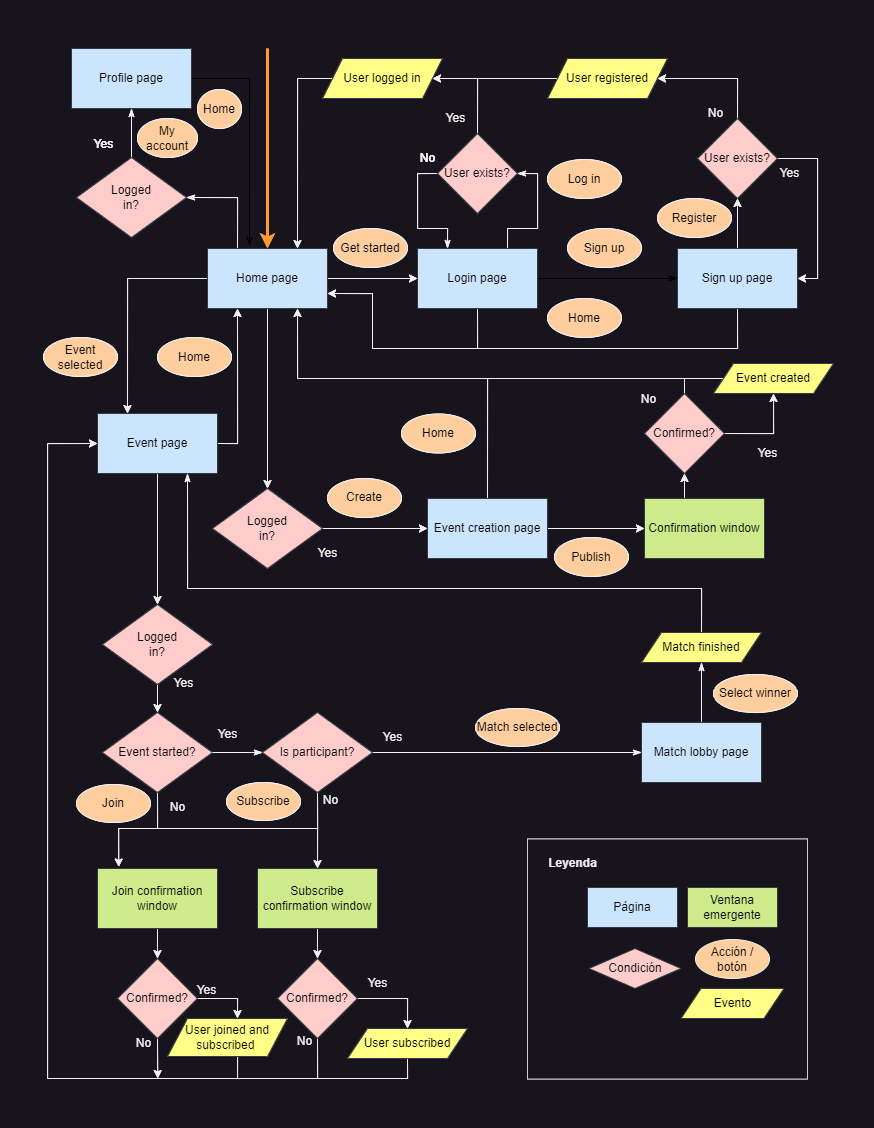
This is diagrams/diagram_nav_dad.png from emartg/eFightClub, a draw.io export, as it was before one commit. Source tidied: cells renumbered, new cells last; positions are measured from the earlier drawing's top-left corner, leaving out a move shared by most shapes.
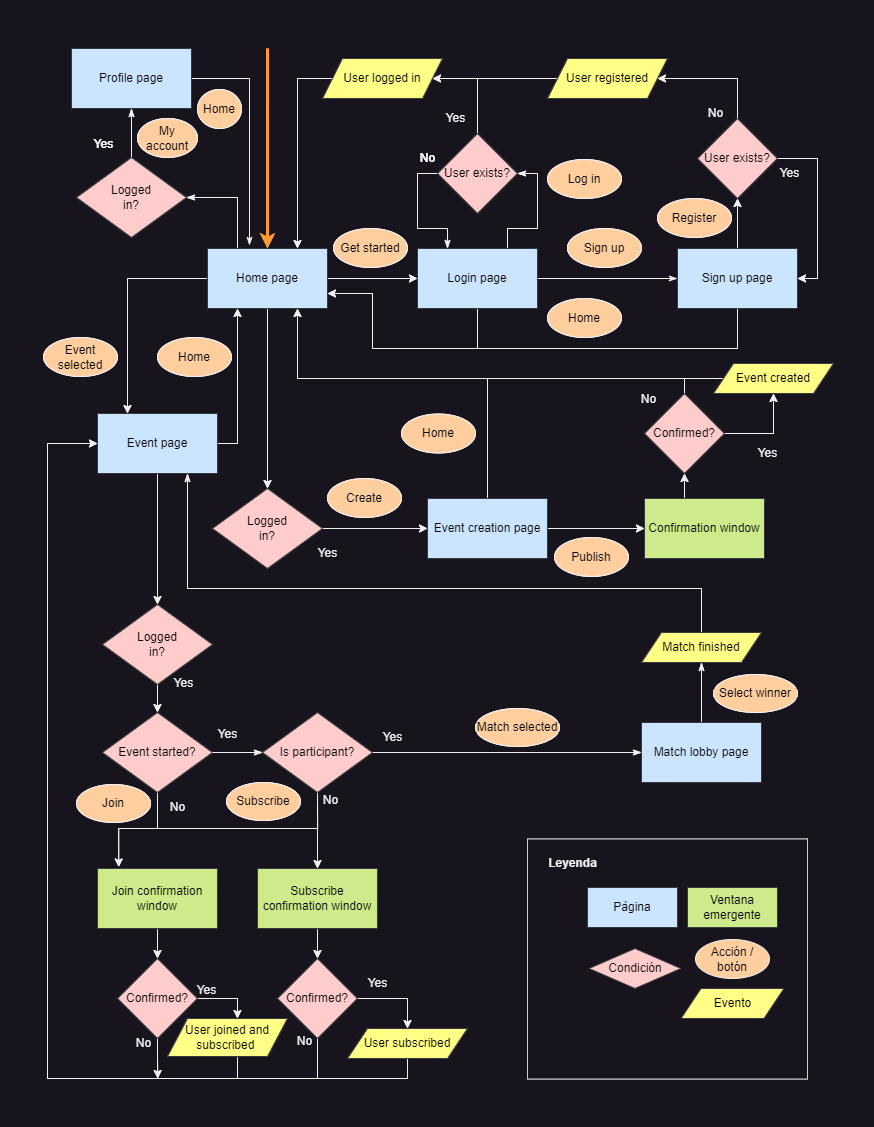
After the commit.

Commit message:
Corrección del diagrama de navegación

Corrección del diagrama de navegación.

- Flechas oscurecidas a blanco

Diff of the diagram source:
```diff
@@ -494,7 +494,7 @@
         </Array>
       </mxGeometry>
     </mxCell>
-    <mxCell id="126" style="edgeStyle=orthogonalEdgeStyle;rounded=0;jettySize=auto;html=1;exitX=1;exitY=0.5;exitDx=0;exitDy=0;entryX=0;entryY=0.5;entryDx=0;entryDy=0;strokeColor=#000000;strokeWidth=1;endArrow=classicThin;endFill=1;fontColor=#000000;" parent="1" edge="1" source="127" target="163">
+    <mxCell id="126" style="edgeStyle=orthogonalEdgeStyle;rounded=0;jettySize=auto;html=1;exitX=1;exitY=0.5;exitDx=0;exitDy=0;entryX=0;entryY=0.5;entryDx=0;entryDy=0;strokeColor=#F0F0F0;strokeWidth=1;endArrow=classicThin;endFill=1;fontColor=#000000;" parent="1" edge="1" source="127" target="163">
       <mxGeometry relative="1" as="geometry" />
     </mxCell>
     <mxCell id="127" value="Login page" style="rounded=0;whiteSpace=wrap;html=1;fillColor=#cce5ff;strokeColor=#36393d;fontColor=#000000;" parent="1" vertex="1">
@@ -798,7 +798,7 @@
     <mxCell id="201" value="Logged&lt;br&gt;in?" style="rhombus;whiteSpace=wrap;html=1;fillColor=#ffcccc;strokeColor=#36393d;fontColor=#000000;" parent="1" vertex="1">
       <mxGeometry x="33" y="109" width="110" height="80" as="geometry" />
     </mxCell>
-    <mxCell id="202" style="edgeStyle=orthogonalEdgeStyle;rounded=0;jettySize=auto;html=1;exitX=1;exitY=0.5;exitDx=0;exitDy=0;entryX=0.35;entryY=-0.05;entryDx=0;entryDy=0;entryPerimeter=0;strokeColor=#000000;strokeWidth=1;endArrow=classicThin;endFill=1;fontColor=#000000;" parent="1" edge="1" source="203" target="118">
+    <mxCell id="202" style="edgeStyle=orthogonalEdgeStyle;rounded=0;jettySize=auto;html=1;exitX=1;exitY=0.5;exitDx=0;exitDy=0;entryX=0.35;entryY=-0.05;entryDx=0;entryDy=0;entryPerimeter=0;strokeColor=#F0F0F0;strokeWidth=1;endArrow=classicThin;endFill=1;fontColor=#000000;" parent="1" edge="1" source="203" target="118">
       <mxGeometry relative="1" as="geometry" />
     </mxCell>
     <mxCell id="203" value="Profile page" style="rounded=0;whiteSpace=wrap;html=1;fillColor=#cce5ff;strokeColor=#36393d;fontColor=#000000;" parent="1" vertex="1">
```
